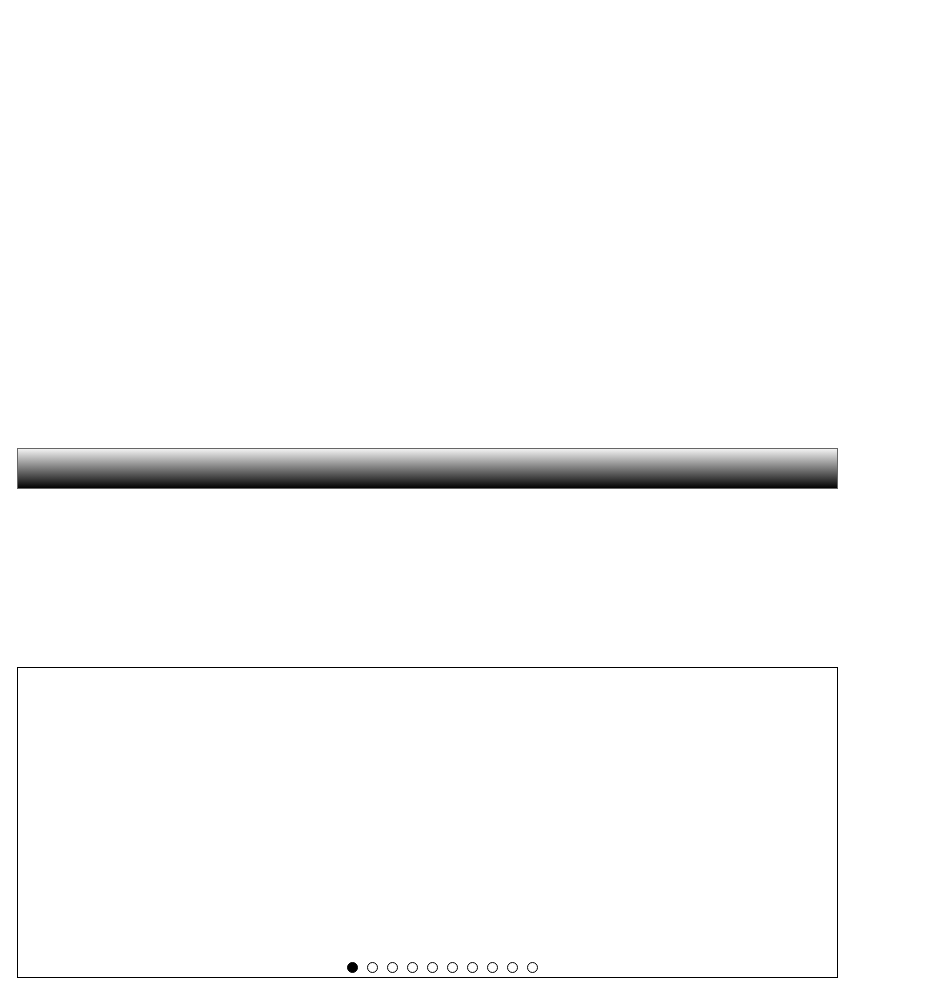
This is Untitled Diagram.drawio from At0micA55/school_stuff, a draw.io file, before an edit. Source tidied: cells renumbered, new cells numbered last; positions are measured from the earlier drawing's top-left corner, leaving out a move shared by most shapes. Both pictures are drawn from the tidied source at 100%, with x=0, y=0 at pixel (17, 448).
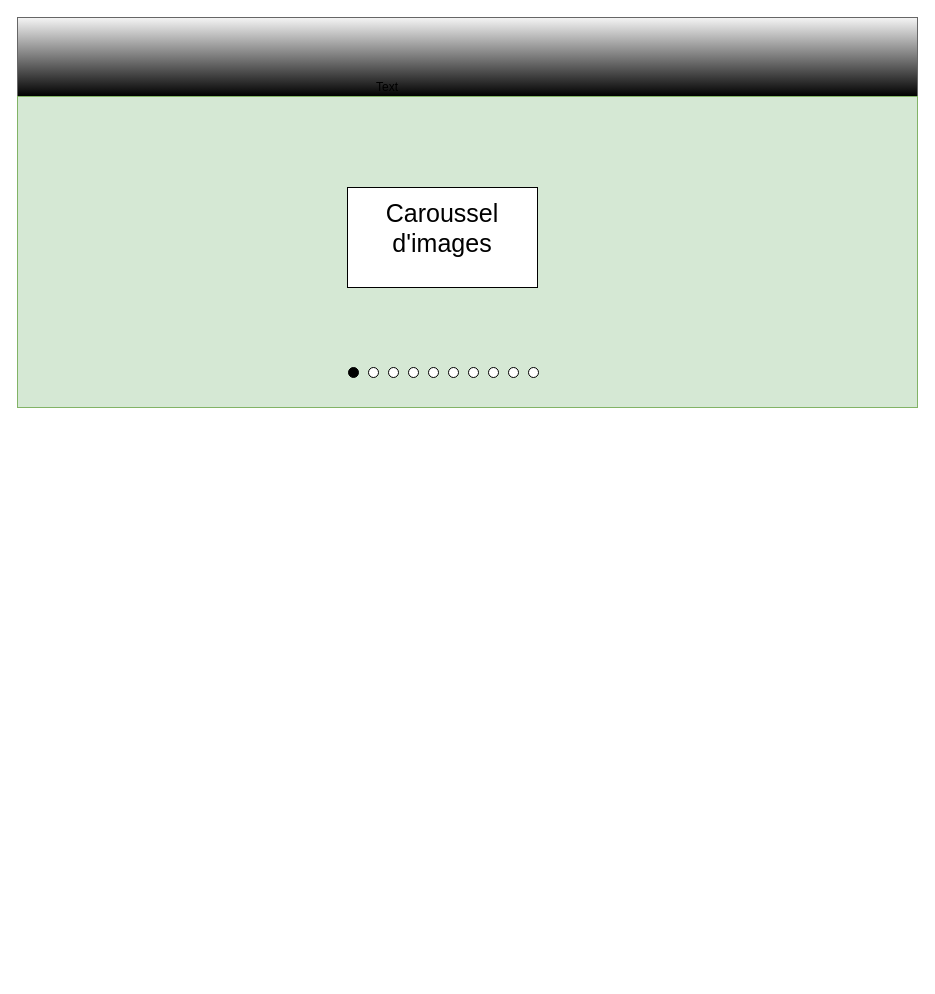
Above is the later version.

Change to the diagram source:
```diff
@@
 <mxGraphModel>
   <root>
     <mxCell id="0" />
     <mxCell id="1" parent="0" />
     <mxCell id="2" style="rounded=0;whiteSpace=wrap;html=1;fillColor=#f5f5f5;strokeColor=#666666;gradientColor=#000000;" parent="1" vertex="1">
-      <mxGeometry width="820" height="40" as="geometry" />
+      <mxGeometry y="-431" width="900" height="79" as="geometry" />
     </mxCell>
-    <mxCell id="3" style="rounded=0;whiteSpace=wrap;html=1;" parent="1" vertex="1">
-      <mxGeometry y="219" width="820" height="310" as="geometry" />
+    <mxCell id="3" style="rounded=0;whiteSpace=wrap;html=1;fillColor=#d5e8d4;strokeColor=#82b366;" parent="1" vertex="1">
+      <mxGeometry y="-352" width="900" height="311" as="geometry" />
     </mxCell>
     <mxCell id="4" style="group;" parent="1" vertex="1">
-      <mxGeometry x="330" y="514" width="190" height="10" as="geometry" />
+      <mxGeometry x="331" y="-81" width="190" height="10" as="geometry" />
     </mxCell>
     <mxCell id="5" style="ellipse;whiteSpace=wrap;html=1;fillColor=#000000;" parent="4" vertex="1">
       <mxGeometry width="10" height="10" as="geometry" />
     </mxCell>
     <mxCell id="6" style="ellipse;whiteSpace=wrap;html=1;" parent="4" vertex="1">
       <mxGeometry x="20" width="10" height="10" as="geometry" />
     </mxCell>
     <mxCell id="7" style="ellipse;whiteSpace=wrap;html=1;" parent="4" vertex="1">
       <mxGeometry x="40" width="10" height="10" as="geometry" />
     </mxCell>
     <mxCell id="8" style="ellipse;whiteSpace=wrap;html=1;" parent="4" vertex="1">
       <mxGeometry x="60" width="10" height="10" as="geometry" />
     </mxCell>
     <mxCell id="9" style="ellipse;whiteSpace=wrap;html=1;" parent="4" vertex="1">
       <mxGeometry x="80" width="10" height="10" as="geometry" />
     </mxCell>
     <mxCell id="10" style="ellipse;whiteSpace=wrap;html=1;" parent="4" vertex="1">
       <mxGeometry x="100" width="10" height="10" as="geometry" />
     </mxCell>
     <mxCell id="11" style="ellipse;whiteSpace=wrap;html=1;" parent="4" vertex="1">
       <mxGeometry x="120" width="10" height="10" as="geometry" />
     </mxCell>
     <mxCell id="12" style="ellipse;whiteSpace=wrap;html=1;" parent="4" vertex="1">
       <mxGeometry x="140" width="10" height="10" as="geometry" />
     </mxCell>
     <mxCell id="13" style="ellipse;whiteSpace=wrap;html=1;" parent="4" vertex="1">
       <mxGeometry x="160" width="10" height="10" as="geometry" />
     </mxCell>
     <mxCell id="14" style="ellipse;whiteSpace=wrap;html=1;" parent="4" vertex="1">
       <mxGeometry x="180" width="10" height="10" as="geometry" />
     </mxCell>
+    <mxCell id="15" style="edgeStyle=orthogonalEdgeStyle;rounded=0;orthogonalLoop=1;jettySize=auto;html=1;exitX=1;exitY=1;exitDx=0;exitDy=0;entryX=0.5;entryY=1;entryDx=0;entryDy=0;" parent="4" edge="1" source="5" target="5">
+      <mxGeometry relative="1" as="geometry" />
+    </mxCell>
+    <mxCell id="16" style="rounded=0;whiteSpace=wrap;html=1;" parent="1" vertex="1">
+      <mxGeometry x="330" y="-261" width="190" height="100" as="geometry" />
+    </mxCell>
+    <mxCell id="17" value="Text" style="text;html=1;strokeColor=none;fillColor=none;align=center;verticalAlign=middle;whiteSpace=wrap;rounded=0;" parent="1" vertex="1">
+      <mxGeometry x="350" y="-371" width="40" height="20" as="geometry" />
+    </mxCell>
+    <mxCell id="18" value="&lt;font style=&quot;font-size: 25px&quot;&gt;Caroussel d'images&lt;/font&gt;" style="text;html=1;strokeColor=none;fillColor=none;align=center;verticalAlign=middle;whiteSpace=wrap;rounded=0;" parent="1" vertex="1">
+      <mxGeometry x="405" y="-231" width="40" height="20" as="geometry" />
+    </mxCell>
   </root>
 </mxGraphModel>
```
